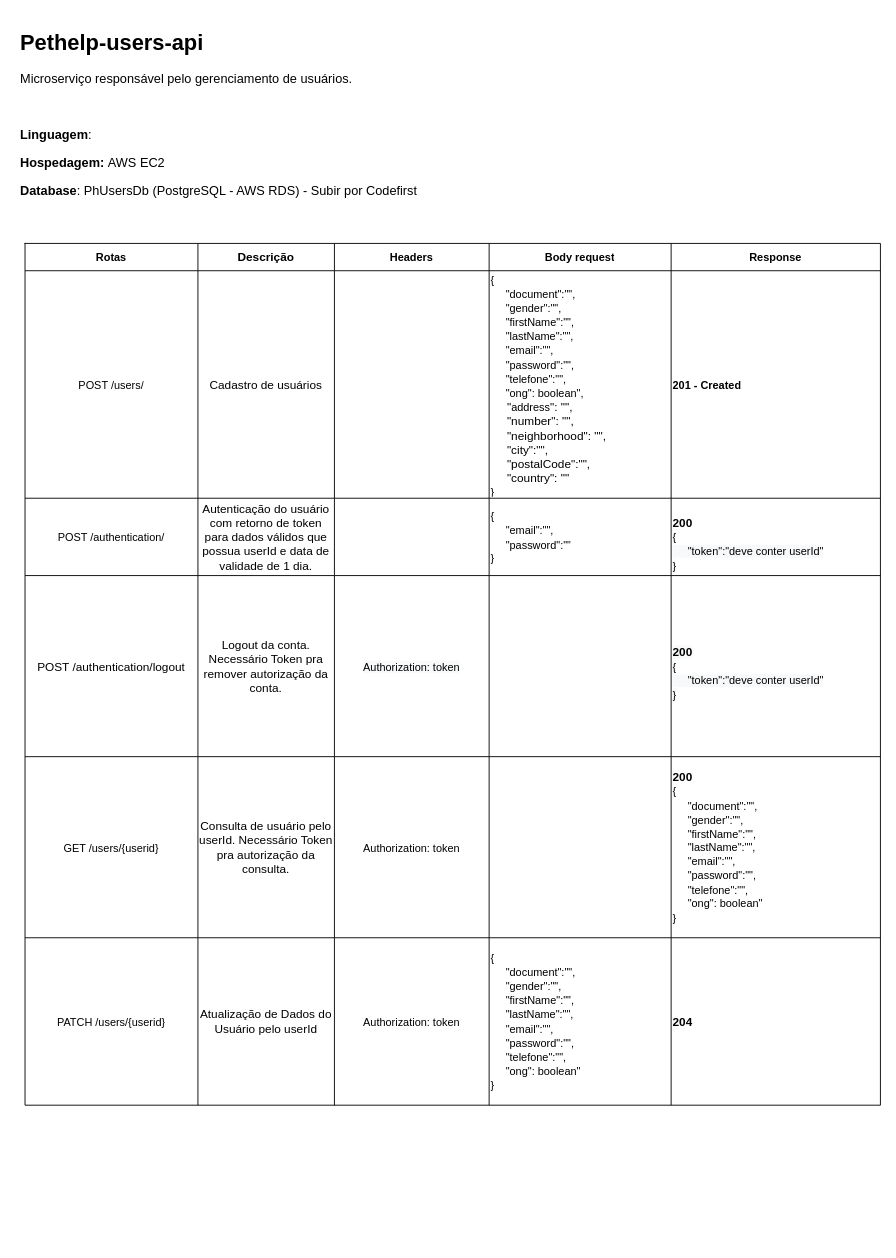
Above: page "PetHelp-users-api" (2 of 3) of Database Diagram and API.drawio in bootcamp-pet/impacta-engineering (draw.io), before the change. Source tidied: cells renumbered, new cells numbered last; positions are measured from the earlier drawing's top-left corner, leaving out a move shared by most shapes. Both pictures are drawn from the tidied source at 91%, with x=0, y=0 at pixel (15, 25).
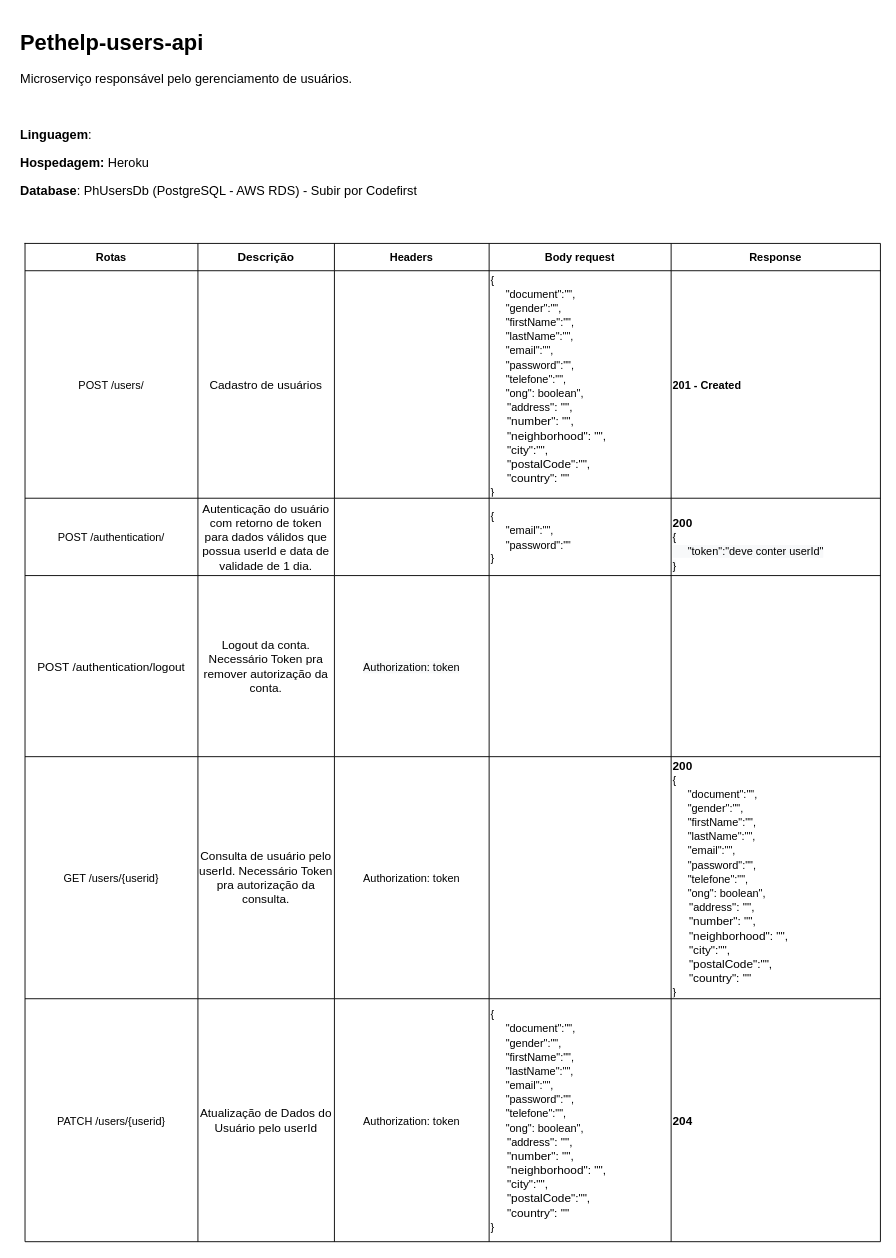
After the change.

Unchanged cells that the change refers to:
```xml
<mxCell id="21" style="shape=partialRectangle;html=1;whiteSpace=wrap;fillColor=none;top=0;left=0;bottom=0;right=0;fontSize=13;startSize=30;" parent="2" vertex="1">
  <mxGeometry y="365" width="940" height="199" as="geometry" />
</mxCell>
```

Change to the diagram source:
```diff
@@
     <mxCell id="2" style="shape=table;html=1;whiteSpace=wrap;startSize=0;childLayout=tableLayout;fontSize=13;" parent="1" vertex="1">
-      <mxGeometry x="10" y="240" width="940" height="947" as="geometry" />
+      <mxGeometry x="10" y="240" width="940" height="1097" as="geometry" />
     </mxCell>
@@
-    <mxCell id="26" value="&#10;&#10;&lt;br style=&quot;color: rgb(0, 0, 0); font-family: helvetica; font-size: 13px; font-style: normal; font-weight: 400; letter-spacing: normal; text-align: left; text-indent: 0px; text-transform: none; word-spacing: 0px; background-color: rgb(248, 249, 250);&quot;&gt;&lt;b style=&quot;color: rgb(0, 0, 0); font-family: helvetica; font-size: 13px; font-style: normal; letter-spacing: normal; text-align: left; text-indent: 0px; text-transform: none; word-spacing: 0px; background-color: rgb(248, 249, 250);&quot;&gt;200&lt;/b&gt;&lt;br style=&quot;color: rgb(0, 0, 0); font-family: helvetica; font-size: 13px; font-style: normal; font-weight: 400; letter-spacing: normal; text-align: left; text-indent: 0px; text-transform: none; word-spacing: 0px; background-color: rgb(248, 249, 250);&quot;&gt;&lt;span style=&quot;color: rgb(0, 0, 0); font-style: normal; font-weight: 400; letter-spacing: normal; text-align: left; text-indent: 0px; text-transform: none; word-spacing: 0px; font-family: helvetica; font-size: 12px; background-color: rgb(248, 249, 250); display: inline; float: none;&quot;&gt;{&lt;/span&gt;&lt;br style=&quot;color: rgb(0, 0, 0); font-style: normal; font-weight: 400; letter-spacing: normal; text-align: left; text-indent: 0px; text-transform: none; word-spacing: 0px; font-family: helvetica; font-size: 12px; background-color: rgb(248, 249, 250);&quot;&gt;&lt;span style=&quot;color: rgb(0, 0, 0); font-style: normal; font-weight: 400; letter-spacing: normal; text-align: left; text-indent: 0px; text-transform: none; word-spacing: 0px; font-family: helvetica; font-size: 12px; background-color: rgb(248, 249, 250); display: inline; float: none;&quot;&gt;&amp;nbsp; &amp;nbsp; &amp;nbsp;&lt;/span&gt;&lt;span style=&quot;color: rgb(0, 0, 0); font-style: normal; font-weight: 400; letter-spacing: normal; text-align: left; text-indent: 0px; text-transform: none; word-spacing: 0px; font-family: helvetica; font-size: 12px; background-color: rgb(248, 249, 250); display: inline; float: none;&quot;&gt;&quot;token&quot;:&quot;deve conter userId&quot;&lt;/span&gt;&lt;br style=&quot;color: rgb(0, 0, 0); font-style: normal; font-weight: 400; letter-spacing: normal; text-align: left; text-indent: 0px; text-transform: none; word-spacing: 0px; font-family: helvetica; font-size: 12px; background-color: rgb(248, 249, 250);&quot;&gt;&lt;span style=&quot;color: rgb(0, 0, 0); font-style: normal; font-weight: 400; letter-spacing: normal; text-align: left; text-indent: 0px; text-transform: none; word-spacing: 0px; font-family: helvetica; font-size: 12px; background-color: rgb(248, 249, 250); display: inline; float: none;&quot;&gt;}&lt;/span&gt;&#10;&#10;" style="shape=partialRectangle;html=1;whiteSpace=wrap;fillColor=none;top=0;left=0;bottom=0;right=0;overflow=hidden;fontSize=13;startSize=30;align=left;" parent="21" vertex="1">
+    <mxCell id="26" value="&lt;br&gt;&lt;br&gt;&lt;br style=&quot;color: rgb(0 , 0 , 0) ; font-family: &amp;#34;helvetica&amp;#34; ; font-size: 13px ; font-style: normal ; font-weight: 400 ; letter-spacing: normal ; text-align: left ; text-indent: 0px ; text-transform: none ; word-spacing: 0px ; background-color: rgb(248 , 249 , 250)&quot;&gt;&lt;br&gt;" style="shape=partialRectangle;html=1;whiteSpace=wrap;fillColor=none;top=0;left=0;bottom=0;right=0;overflow=hidden;fontSize=13;startSize=30;align=left;" parent="21" vertex="1">
       <mxGeometry x="710" width="230" height="199" as="geometry" />
     </mxCell>
     <mxCell id="27" style="shape=partialRectangle;html=1;whiteSpace=wrap;fillColor=none;top=0;left=0;bottom=0;right=0;fontSize=13;startSize=30;" parent="2" vertex="1">
-      <mxGeometry y="564" width="940" height="199" as="geometry" />
+      <mxGeometry y="564" width="940" height="266" as="geometry" />
     </mxCell>
     <mxCell id="28" value="&lt;span style=&quot;font-size: 12px ; text-align: left&quot;&gt;GET /users/{userid}&lt;/span&gt;" style="shape=partialRectangle;html=1;whiteSpace=wrap;fillColor=none;top=0;left=0;bottom=0;right=0;overflow=hidden;fontSize=13;startSize=30;" parent="27" vertex="1">
-      <mxGeometry width="190" height="199" as="geometry" />
+      <mxGeometry width="190" height="266" as="geometry" />
     </mxCell>
     <mxCell id="29" value="Consulta de usuário pelo userId. Necessário Token pra autorização da consulta." style="shape=partialRectangle;html=1;whiteSpace=wrap;fillColor=none;top=0;left=0;bottom=0;right=0;overflow=hidden;fontSize=13;startSize=30;" parent="27" vertex="1">
-      <mxGeometry x="190" width="150" height="199" as="geometry" />
+      <mxGeometry x="190" width="150" height="266" as="geometry" />
     </mxCell>
     <mxCell id="30" value="&lt;span style=&quot;font-size: 12px ; text-align: left&quot;&gt;Authorization: token&lt;/span&gt;" style="shape=partialRectangle;html=1;whiteSpace=wrap;fillColor=none;top=0;left=0;bottom=0;right=0;overflow=hidden;fontSize=13;startSize=30;" parent="27" vertex="1">
-      <mxGeometry x="340" width="170" height="199" as="geometry" />
+      <mxGeometry x="340" width="170" height="266" as="geometry" />
     </mxCell>
     <mxCell id="31" style="shape=partialRectangle;html=1;whiteSpace=wrap;fillColor=none;top=0;left=0;bottom=0;right=0;overflow=hidden;fontSize=13;startSize=30;" parent="27" vertex="1">
-      <mxGeometry x="510" width="200" height="199" as="geometry" />
+      <mxGeometry x="510" width="200" height="266" as="geometry" />
     </mxCell>
-    <mxCell id="32" value="&lt;b&gt;200&lt;br&gt;&lt;/b&gt;&lt;span style=&quot;font-size: 12px&quot;&gt;{&lt;/span&gt;&lt;br style=&quot;font-size: 12px&quot;&gt;&lt;span style=&quot;font-size: 12px&quot;&gt;&amp;nbsp; &amp;nbsp; &amp;nbsp;&quot;document&quot;:&quot;&quot;,&lt;/span&gt;&lt;br style=&quot;font-size: 12px&quot;&gt;&lt;span style=&quot;font-size: 12px&quot;&gt;&amp;nbsp; &amp;nbsp; &amp;nbsp;&quot;gender&quot;:&quot;&quot;,&amp;nbsp;&lt;/span&gt;&lt;br style=&quot;font-size: 12px&quot;&gt;&lt;div&gt;&lt;span style=&quot;font-size: 12px&quot;&gt;&amp;nbsp; &amp;nbsp; &amp;nbsp;&quot;firstName&quot;:&quot;&quot;,&lt;/span&gt;&lt;/div&gt;&lt;span style=&quot;font-size: 12px&quot;&gt;&lt;div&gt;&lt;span&gt;&amp;nbsp; &amp;nbsp; &amp;nbsp;&quot;lastName&quot;:&quot;&quot;,&lt;/span&gt;&lt;/div&gt;&lt;/span&gt;&lt;span style=&quot;font-size: 12px&quot;&gt;&amp;nbsp; &amp;nbsp; &amp;nbsp;&quot;email&quot;:&quot;&quot;,&lt;/span&gt;&lt;br style=&quot;font-size: 12px&quot;&gt;&lt;span style=&quot;font-size: 12px&quot;&gt;&amp;nbsp; &amp;nbsp; &amp;nbsp;&quot;password&quot;:&quot;&quot;,&lt;/span&gt;&lt;br style=&quot;font-size: 12px&quot;&gt;&lt;span style=&quot;font-size: 12px&quot;&gt;&amp;nbsp; &amp;nbsp; &amp;nbsp;&quot;telefone&quot;:&quot;&quot;,&lt;/span&gt;&lt;br style=&quot;font-size: 12px&quot;&gt;&lt;span style=&quot;font-size: 12px&quot;&gt;&amp;nbsp; &amp;nbsp; &amp;nbsp;&quot;ong&quot;: boolean&quot;&lt;/span&gt;&lt;br style=&quot;font-size: 12px&quot;&gt;&lt;span style=&quot;font-size: 12px&quot;&gt;}&lt;/span&gt;" style="shape=partialRectangle;html=1;whiteSpace=wrap;fillColor=none;top=0;left=0;bottom=0;right=0;overflow=hidden;fontSize=13;startSize=30;align=left;" parent="27" vertex="1">
-      <mxGeometry x="710" width="230" height="199" as="geometry" />
+    <mxCell id="32" value="&lt;b&gt;200&lt;br&gt;&lt;/b&gt;&lt;span style=&quot;font-size: 12px&quot;&gt;{&lt;/span&gt;&lt;br style=&quot;font-size: 12px&quot;&gt;&lt;span style=&quot;font-size: 12px&quot;&gt;&amp;nbsp; &amp;nbsp; &amp;nbsp;&quot;document&quot;:&quot;&quot;,&lt;/span&gt;&lt;br style=&quot;font-size: 12px&quot;&gt;&lt;span style=&quot;font-size: 12px&quot;&gt;&amp;nbsp; &amp;nbsp; &amp;nbsp;&quot;gender&quot;:&quot;&quot;,&amp;nbsp;&lt;/span&gt;&lt;br style=&quot;font-size: 12px&quot;&gt;&lt;span style=&quot;font-size: 12px&quot;&gt;&amp;nbsp; &amp;nbsp; &amp;nbsp;&quot;firstName&quot;:&quot;&quot;,&lt;/span&gt;&lt;br style=&quot;font-size: 12px&quot;&gt;&lt;span style=&quot;font-size: 12px&quot;&gt;&amp;nbsp; &amp;nbsp; &amp;nbsp;&quot;lastName&quot;:&quot;&quot;,&lt;/span&gt;&lt;br style=&quot;font-size: 12px&quot;&gt;&lt;span style=&quot;font-size: 12px&quot;&gt;&amp;nbsp; &amp;nbsp; &amp;nbsp;&quot;email&quot;:&quot;&quot;,&lt;/span&gt;&lt;br style=&quot;font-size: 12px&quot;&gt;&lt;span style=&quot;font-size: 12px&quot;&gt;&amp;nbsp; &amp;nbsp; &amp;nbsp;&quot;password&quot;:&quot;&quot;,&lt;/span&gt;&lt;br style=&quot;font-size: 12px&quot;&gt;&lt;span style=&quot;font-size: 12px&quot;&gt;&amp;nbsp; &amp;nbsp; &amp;nbsp;&quot;telefone&quot;:&quot;&quot;,&lt;/span&gt;&lt;br style=&quot;font-size: 12px&quot;&gt;&lt;span style=&quot;font-size: 12px&quot;&gt;&amp;nbsp; &amp;nbsp; &amp;nbsp;&quot;ong&quot;: boolean&quot;,&lt;br&gt;&lt;/span&gt;&amp;nbsp; &amp;nbsp; &amp;nbsp;&quot;&lt;span style=&quot;font-size: 12px&quot;&gt;address&lt;/span&gt;&quot;: &quot;&quot;,&lt;br&gt;&amp;nbsp; &amp;nbsp; &amp;nbsp;&quot;number&quot;: &quot;&quot;,&lt;br&gt;&amp;nbsp; &amp;nbsp; &amp;nbsp;&quot;neighborhood&quot;: &quot;&quot;,&lt;br&gt;&amp;nbsp; &amp;nbsp; &amp;nbsp;&quot;city&quot;:&quot;&quot;,&lt;br&gt;&amp;nbsp; &amp;nbsp; &amp;nbsp;&quot;postalCode&quot;:&quot;&quot;,&lt;br&gt;&amp;nbsp; &amp;nbsp; &amp;nbsp;&quot;country&quot;: &quot;&quot;&lt;br style=&quot;font-size: 12px&quot;&gt;&lt;span style=&quot;font-size: 12px&quot;&gt;}&lt;/span&gt;" style="shape=partialRectangle;html=1;whiteSpace=wrap;fillColor=none;top=0;left=0;bottom=0;right=0;overflow=hidden;fontSize=13;startSize=30;align=left;" parent="27" vertex="1">
+      <mxGeometry x="710" width="230" height="266" as="geometry" />
     </mxCell>
     <mxCell id="33" style="shape=partialRectangle;html=1;whiteSpace=wrap;fillColor=none;top=0;left=0;bottom=0;right=0;fontSize=13;startSize=30;" parent="2" vertex="1">
-      <mxGeometry y="763" width="940" height="184" as="geometry" />
+      <mxGeometry y="830" width="940" height="267" as="geometry" />
     </mxCell>
     <mxCell id="34" value="&lt;span style=&quot;font-size: 12px ; text-align: left&quot;&gt;PATCH /users/{userid}&lt;/span&gt;" style="shape=partialRectangle;html=1;whiteSpace=wrap;fillColor=none;top=0;left=0;bottom=0;right=0;overflow=hidden;fontSize=13;startSize=30;" parent="33" vertex="1">
-      <mxGeometry width="190" height="184" as="geometry" />
+      <mxGeometry width="190" height="267" as="geometry" />
     </mxCell>
     <mxCell id="35" value="Atualização de Dados do Usuário pelo userId" style="shape=partialRectangle;html=1;whiteSpace=wrap;fillColor=none;top=0;left=0;bottom=0;right=0;overflow=hidden;fontSize=13;startSize=30;" parent="33" vertex="1">
-      <mxGeometry x="190" width="150" height="184" as="geometry" />
+      <mxGeometry x="190" width="150" height="267" as="geometry" />
     </mxCell>
     <mxCell id="36" value="&lt;span style=&quot;font-size: 12px ; text-align: left&quot;&gt;Authorization: token&lt;/span&gt;" style="shape=partialRectangle;html=1;whiteSpace=wrap;fillColor=none;top=0;left=0;bottom=0;right=0;overflow=hidden;fontSize=13;startSize=30;" parent="33" vertex="1">
-      <mxGeometry x="340" width="170" height="184" as="geometry" />
+      <mxGeometry x="340" width="170" height="267" as="geometry" />
     </mxCell>
-    <mxCell id="37" value="&lt;span style=&quot;font-size: 12px&quot;&gt;{&lt;/span&gt;&lt;br style=&quot;font-size: 12px&quot;&gt;&lt;span style=&quot;font-size: 12px&quot;&gt;&amp;nbsp; &amp;nbsp; &amp;nbsp;&quot;document&quot;:&quot;&quot;,&lt;/span&gt;&lt;br style=&quot;font-size: 12px&quot;&gt;&lt;span style=&quot;font-size: 12px&quot;&gt;&amp;nbsp; &amp;nbsp; &amp;nbsp;&quot;gender&quot;:&quot;&quot;,&amp;nbsp;&lt;/span&gt;&lt;br style=&quot;font-size: 12px&quot;&gt;&lt;span style=&quot;font-size: 12px&quot;&gt;&amp;nbsp; &amp;nbsp; &amp;nbsp;&quot;firstName&quot;:&quot;&quot;,&lt;/span&gt;&lt;br style=&quot;font-size: 12px&quot;&gt;&lt;span style=&quot;font-size: 12px&quot;&gt;&amp;nbsp; &amp;nbsp; &amp;nbsp;&quot;lastName&quot;:&quot;&quot;,&lt;/span&gt;&lt;br style=&quot;font-size: 12px&quot;&gt;&lt;span style=&quot;font-size: 12px&quot;&gt;&amp;nbsp; &amp;nbsp; &amp;nbsp;&quot;email&quot;:&quot;&quot;,&lt;/span&gt;&lt;br style=&quot;font-size: 12px&quot;&gt;&lt;span style=&quot;font-size: 12px&quot;&gt;&amp;nbsp; &amp;nbsp; &amp;nbsp;&quot;password&quot;:&quot;&quot;,&lt;/span&gt;&lt;br style=&quot;font-size: 12px&quot;&gt;&lt;span style=&quot;font-size: 12px&quot;&gt;&amp;nbsp; &amp;nbsp; &amp;nbsp;&quot;telefone&quot;:&quot;&quot;,&lt;/span&gt;&lt;br style=&quot;font-size: 12px&quot;&gt;&lt;span style=&quot;font-size: 12px&quot;&gt;&amp;nbsp; &amp;nbsp; &amp;nbsp;&quot;ong&quot;: boolean&quot;&lt;/span&gt;&lt;br style=&quot;font-size: 12px&quot;&gt;&lt;span style=&quot;font-size: 12px&quot;&gt;}&lt;/span&gt;" style="shape=partialRectangle;html=1;whiteSpace=wrap;fillColor=none;top=0;left=0;bottom=0;right=0;overflow=hidden;fontSize=13;startSize=30;align=left;" parent="33" vertex="1">
-      <mxGeometry x="510" width="200" height="184" as="geometry" />
+    <mxCell id="37" value="&lt;span style=&quot;font-size: 12px&quot;&gt;{&lt;/span&gt;&lt;br style=&quot;font-size: 12px&quot;&gt;&lt;span style=&quot;font-size: 12px&quot;&gt;&amp;nbsp; &amp;nbsp; &amp;nbsp;&quot;document&quot;:&quot;&quot;,&lt;/span&gt;&lt;br style=&quot;font-size: 12px&quot;&gt;&lt;span style=&quot;font-size: 12px&quot;&gt;&amp;nbsp; &amp;nbsp; &amp;nbsp;&quot;gender&quot;:&quot;&quot;,&amp;nbsp;&lt;/span&gt;&lt;br style=&quot;font-size: 12px&quot;&gt;&lt;span style=&quot;font-size: 12px&quot;&gt;&amp;nbsp; &amp;nbsp; &amp;nbsp;&quot;firstName&quot;:&quot;&quot;,&lt;/span&gt;&lt;br style=&quot;font-size: 12px&quot;&gt;&lt;span style=&quot;font-size: 12px&quot;&gt;&amp;nbsp; &amp;nbsp; &amp;nbsp;&quot;lastName&quot;:&quot;&quot;,&lt;/span&gt;&lt;br style=&quot;font-size: 12px&quot;&gt;&lt;span style=&quot;font-size: 12px&quot;&gt;&amp;nbsp; &amp;nbsp; &amp;nbsp;&quot;email&quot;:&quot;&quot;,&lt;/span&gt;&lt;br style=&quot;font-size: 12px&quot;&gt;&lt;span style=&quot;font-size: 12px&quot;&gt;&amp;nbsp; &amp;nbsp; &amp;nbsp;&quot;password&quot;:&quot;&quot;,&lt;/span&gt;&lt;br style=&quot;font-size: 12px&quot;&gt;&lt;span style=&quot;font-size: 12px&quot;&gt;&amp;nbsp; &amp;nbsp; &amp;nbsp;&quot;telefone&quot;:&quot;&quot;,&lt;/span&gt;&lt;br style=&quot;font-size: 12px&quot;&gt;&lt;span style=&quot;font-size: 12px&quot;&gt;&amp;nbsp; &amp;nbsp; &amp;nbsp;&quot;ong&quot;: boolean&quot;,&lt;br&gt;&lt;/span&gt;&amp;nbsp; &amp;nbsp; &amp;nbsp;&quot;&lt;span style=&quot;font-size: 12px&quot;&gt;address&lt;/span&gt;&quot;: &quot;&quot;,&lt;br&gt;&amp;nbsp; &amp;nbsp; &amp;nbsp;&quot;number&quot;: &quot;&quot;,&lt;br&gt;&amp;nbsp; &amp;nbsp; &amp;nbsp;&quot;neighborhood&quot;: &quot;&quot;,&lt;br&gt;&amp;nbsp; &amp;nbsp; &amp;nbsp;&quot;city&quot;:&quot;&quot;,&lt;br&gt;&amp;nbsp; &amp;nbsp; &amp;nbsp;&quot;postalCode&quot;:&quot;&quot;,&lt;br&gt;&amp;nbsp; &amp;nbsp; &amp;nbsp;&quot;country&quot;: &quot;&quot;&lt;br style=&quot;font-size: 12px&quot;&gt;&lt;span style=&quot;font-size: 12px&quot;&gt;}&lt;/span&gt;" style="shape=partialRectangle;html=1;whiteSpace=wrap;fillColor=none;top=0;left=0;bottom=0;right=0;overflow=hidden;fontSize=13;startSize=30;align=left;" parent="33" vertex="1">
+      <mxGeometry x="510" width="200" height="267" as="geometry" />
     </mxCell>
     <mxCell id="38" value="&lt;b&gt;204&lt;/b&gt;" style="shape=partialRectangle;html=1;whiteSpace=wrap;fillColor=none;top=0;left=0;bottom=0;right=0;overflow=hidden;fontSize=13;startSize=30;align=left;" parent="33" vertex="1">
-      <mxGeometry x="710" width="230" height="184" as="geometry" />
+      <mxGeometry x="710" width="230" height="267" as="geometry" />
     </mxCell>
-    <mxCell id="39" value="&lt;h1&gt;Pethelp-users-api&lt;/h1&gt;&lt;p style=&quot;font-size: 14px&quot;&gt;&lt;font style=&quot;font-size: 14px&quot;&gt;Microserviço responsável pelo gerenciamento de usuários.&lt;/font&gt;&lt;/p&gt;&lt;p style=&quot;font-size: 14px&quot;&gt;&lt;font style=&quot;font-size: 14px&quot;&gt;&lt;br&gt;&lt;/font&gt;&lt;/p&gt;&lt;p style=&quot;font-size: 14px&quot;&gt;&lt;font style=&quot;font-size: 14px&quot;&gt;&lt;b&gt;Linguagem&lt;/b&gt;:&lt;/font&gt;&lt;/p&gt;&lt;p style=&quot;font-size: 14px&quot;&gt;&lt;font style=&quot;font-size: 14px&quot;&gt;&lt;b&gt;Hospedagem:&lt;/b&gt;&amp;nbsp;AWS EC2&lt;/font&gt;&lt;/p&gt;&lt;p style=&quot;font-size: 14px&quot;&gt;&lt;font style=&quot;font-size: 14px&quot;&gt;&lt;b&gt;Database&lt;/b&gt;: PhUsersDb (PostgreSQL - AWS RDS) - Subir por Codefirst&lt;/font&gt;&lt;/p&gt;" style="text;html=1;strokeColor=none;fillColor=none;spacing=5;spacingTop=-20;whiteSpace=wrap;overflow=hidden;rounded=0;" parent="1" vertex="1">
+    <mxCell id="39" value="&lt;h1&gt;Pethelp-users-api&lt;/h1&gt;&lt;p style=&quot;font-size: 14px&quot;&gt;&lt;font style=&quot;font-size: 14px&quot;&gt;Microserviço responsável pelo gerenciamento de usuários.&lt;/font&gt;&lt;/p&gt;&lt;p style=&quot;font-size: 14px&quot;&gt;&lt;font style=&quot;font-size: 14px&quot;&gt;&lt;br&gt;&lt;/font&gt;&lt;/p&gt;&lt;p style=&quot;font-size: 14px&quot;&gt;&lt;font style=&quot;font-size: 14px&quot;&gt;&lt;b&gt;Linguagem&lt;/b&gt;:&lt;/font&gt;&lt;/p&gt;&lt;p style=&quot;font-size: 14px&quot;&gt;&lt;font style=&quot;font-size: 14px&quot;&gt;&lt;b&gt;Hospedagem:&lt;/b&gt;&amp;nbsp;Heroku&lt;/font&gt;&lt;/p&gt;&lt;p style=&quot;font-size: 14px&quot;&gt;&lt;font style=&quot;font-size: 14px&quot;&gt;&lt;b&gt;Database&lt;/b&gt;: PhUsersDb (PostgreSQL - AWS RDS) - Subir por Codefirst&lt;/font&gt;&lt;/p&gt;" style="text;html=1;strokeColor=none;fillColor=none;spacing=5;spacingTop=-20;whiteSpace=wrap;overflow=hidden;rounded=0;" parent="1" vertex="1">
       <mxGeometry width="710" height="200" as="geometry" />
     </mxCell>
```
